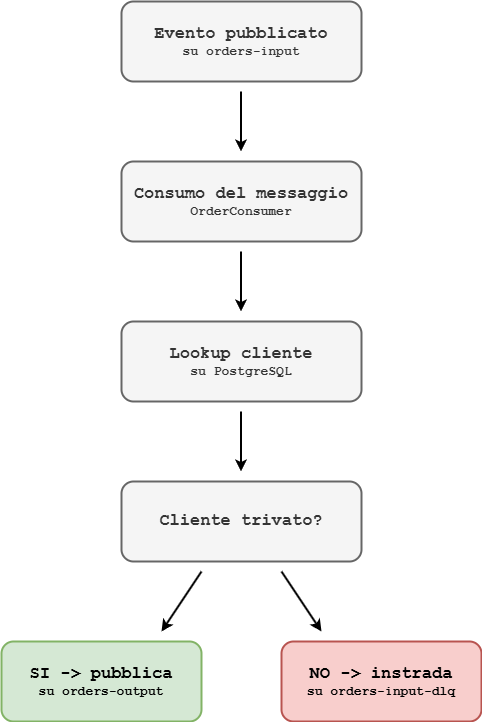
Above: assets/flusso.drawio.png in G4utama/Thesis (draw.io), before the change. Source tidied: cells renumbered, new cells last; positions are measured from the earlier drawing's top-left corner, leaving out a move shared by most shapes. The source it was exported from:
```xml
<mxGraphModel>
  <root>
    <mxCell id="0" />
    <mxCell id="1" parent="0" />
    <mxCell id="2" style="edgeStyle=none;html=1;strokeWidth=2;" parent="1" edge="1">
      <mxGeometry relative="1" as="geometry">
        <mxPoint x="239.5" y="410" as="sourcePoint" />
        <mxPoint x="239.5" y="470" as="targetPoint" />
      </mxGeometry>
    </mxCell>
    <mxCell id="3" value="&lt;font style=&quot;&quot; face=&quot;Courier New&quot;&gt;&lt;b style=&quot;&quot;&gt;&lt;span style=&quot;font-size: 17px;&quot;&gt;Lookup cliente&lt;/span&gt;&lt;br&gt;&lt;font style=&quot;font-size: 13px;&quot;&gt;su PostgreSQL&lt;/font&gt;&lt;/b&gt;&lt;/font&gt;" style="rounded=1;whiteSpace=wrap;html=1;fillColor=#f5f5f5;strokeColor=#666666;strokeWidth=2;fontColor=#333333;" parent="1" vertex="1">
      <mxGeometry x="120" y="320" width="240" height="80" as="geometry" />
    </mxCell>
    <mxCell id="4" style="edgeStyle=none;html=1;strokeWidth=2;" parent="1" edge="1">
      <mxGeometry relative="1" as="geometry">
        <mxPoint x="200" y="570" as="sourcePoint" />
        <mxPoint x="160" y="630" as="targetPoint" />
      </mxGeometry>
    </mxCell>
    <mxCell id="5" value="&lt;font face=&quot;Courier New&quot;&gt;&lt;span style=&quot;font-size: 17px;&quot;&gt;&lt;b&gt;Cliente trivato?&lt;/b&gt;&lt;/span&gt;&lt;/font&gt;" style="rounded=1;whiteSpace=wrap;html=1;fillColor=#f5f5f5;strokeColor=#666666;strokeWidth=2;fontColor=#333333;" parent="1" vertex="1">
      <mxGeometry x="120" y="480" width="240" height="80" as="geometry" />
    </mxCell>
    <mxCell id="6" value="&lt;font face=&quot;Courier New&quot;&gt;&lt;b style=&quot;&quot;&gt;&lt;span style=&quot;font-size: 17px;&quot;&gt;SI -&amp;gt; pubblica&lt;/span&gt;&lt;br&gt;&lt;font style=&quot;font-size: 13px;&quot;&gt;su orders-output&lt;/font&gt;&lt;/b&gt;&lt;/font&gt;" style="rounded=1;whiteSpace=wrap;html=1;fillColor=#d5e8d4;strokeColor=#82b366;strokeWidth=2;" parent="1" vertex="1">
      <mxGeometry y="640" width="200" height="80" as="geometry" />
    </mxCell>
    <mxCell id="7" value="&lt;font style=&quot;&quot; face=&quot;Courier New&quot;&gt;&lt;b style=&quot;&quot;&gt;&lt;span style=&quot;font-size: 17px;&quot;&gt;NO -&amp;gt; instrada&lt;/span&gt;&lt;br&gt;&lt;font style=&quot;font-size: 13px;&quot;&gt;su orders-input-dlq&lt;/font&gt;&lt;/b&gt;&lt;/font&gt;" style="rounded=1;whiteSpace=wrap;html=1;fillColor=#f8cecc;strokeColor=#b85450;strokeWidth=2;" parent="1" vertex="1">
      <mxGeometry x="280" y="640" width="200" height="80" as="geometry" />
    </mxCell>
    <mxCell id="8" style="edgeStyle=none;html=1;strokeWidth=2;" parent="1" edge="1">
      <mxGeometry relative="1" as="geometry">
        <mxPoint x="239.5" y="250" as="sourcePoint" />
        <mxPoint x="239.5" y="310" as="targetPoint" />
      </mxGeometry>
    </mxCell>
    <mxCell id="9" value="&lt;font style=&quot;&quot; face=&quot;Courier New&quot;&gt;&lt;b style=&quot;&quot;&gt;&lt;span style=&quot;font-size: 17px;&quot;&gt;Consumo del messaggio&lt;/span&gt;&lt;br&gt;&lt;font style=&quot;font-size: 13px;&quot;&gt;OrderConsumer&lt;/font&gt;&lt;/b&gt;&lt;/font&gt;" style="rounded=1;whiteSpace=wrap;html=1;fillColor=#f5f5f5;strokeColor=#666666;strokeWidth=2;fontColor=#333333;" parent="1" vertex="1">
      <mxGeometry x="120" y="160" width="240" height="80" as="geometry" />
    </mxCell>
    <mxCell id="10" style="edgeStyle=none;html=1;strokeWidth=2;" parent="1" edge="1">
      <mxGeometry relative="1" as="geometry">
        <mxPoint x="239.5" y="90" as="sourcePoint" />
        <mxPoint x="239.5" y="150" as="targetPoint" />
      </mxGeometry>
    </mxCell>
    <mxCell id="11" value="&lt;font style=&quot;&quot; face=&quot;Courier New&quot;&gt;&lt;b style=&quot;&quot;&gt;&lt;span style=&quot;font-size: 17px;&quot;&gt;Evento pubblicato&lt;/span&gt;&lt;br&gt;&lt;font style=&quot;font-size: 13px;&quot;&gt;su orders-input&lt;/font&gt;&lt;/b&gt;&lt;/font&gt;" style="rounded=1;whiteSpace=wrap;html=1;fillColor=#f5f5f5;strokeColor=#666666;strokeWidth=2;fontColor=#333333;" parent="1" vertex="1">
      <mxGeometry x="120" width="240" height="80" as="geometry" />
    </mxCell>
    <mxCell id="12" style="edgeStyle=none;html=1;strokeWidth=2;" parent="1" edge="1">
      <mxGeometry relative="1" as="geometry">
        <mxPoint x="280" y="570" as="sourcePoint" />
        <mxPoint x="320" y="630" as="targetPoint" />
      </mxGeometry>
    </mxCell>
  </root>
</mxGraphModel>
```
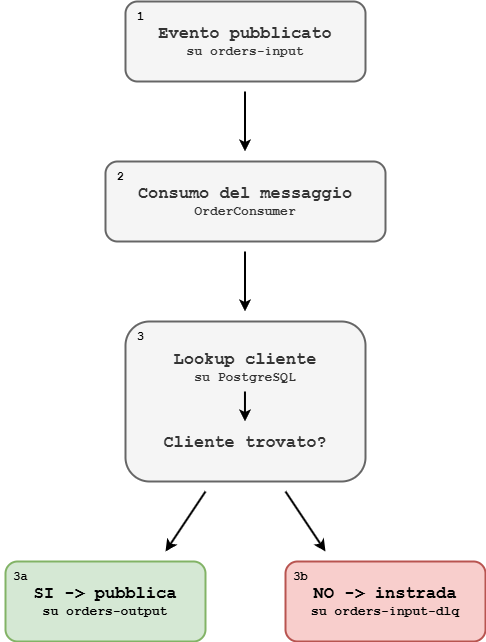
The same diagram one commit later.

Diff of the diagram source:
```diff
@@ -2,29 +2,20 @@
   <root>
     <mxCell id="0" />
     <mxCell id="1" parent="0" />
-    <mxCell id="2" style="edgeStyle=none;html=1;strokeWidth=2;" parent="1" edge="1">
-      <mxGeometry relative="1" as="geometry">
-        <mxPoint x="239.5" y="410" as="sourcePoint" />
-        <mxPoint x="239.5" y="470" as="targetPoint" />
-      </mxGeometry>
-    </mxCell>
-    <mxCell id="3" value="&lt;font style=&quot;&quot; face=&quot;Courier New&quot;&gt;&lt;b style=&quot;&quot;&gt;&lt;span style=&quot;font-size: 17px;&quot;&gt;Lookup cliente&lt;/span&gt;&lt;br&gt;&lt;font style=&quot;font-size: 13px;&quot;&gt;su PostgreSQL&lt;/font&gt;&lt;/b&gt;&lt;/font&gt;" style="rounded=1;whiteSpace=wrap;html=1;fillColor=#f5f5f5;strokeColor=#666666;strokeWidth=2;fontColor=#333333;" parent="1" vertex="1">
-      <mxGeometry x="120" y="320" width="240" height="80" as="geometry" />
+    <mxCell id="3" value="&lt;font style=&quot;&quot; face=&quot;Courier New&quot;&gt;&lt;b style=&quot;&quot;&gt;&lt;span style=&quot;font-size: 17px;&quot;&gt;Lookup cliente&lt;/span&gt;&lt;br&gt;&lt;font style=&quot;font-size: 13px;&quot;&gt;su PostgreSQL&lt;/font&gt;&lt;/b&gt;&lt;/font&gt;&lt;div&gt;&lt;font style=&quot;&quot; face=&quot;Courier New&quot;&gt;&lt;b style=&quot;&quot;&gt;&lt;font style=&quot;font-size: 13px;&quot;&gt;&lt;br&gt;&lt;/font&gt;&lt;/b&gt;&lt;/font&gt;&lt;/div&gt;&lt;div&gt;&lt;font style=&quot;&quot; face=&quot;Courier New&quot;&gt;&lt;b style=&quot;&quot;&gt;&lt;font style=&quot;font-size: 13px;&quot;&gt;&lt;br&gt;&lt;/font&gt;&lt;/b&gt;&lt;/font&gt;&lt;/div&gt;&lt;div&gt;&lt;font style=&quot;&quot; face=&quot;Courier New&quot;&gt;&lt;b style=&quot;&quot;&gt;&lt;font style=&quot;font-size: 13px;&quot;&gt;&lt;br&gt;&lt;/font&gt;&lt;/b&gt;&lt;/font&gt;&lt;/div&gt;&lt;div&gt;&lt;font style=&quot;&quot; face=&quot;Courier New&quot;&gt;&lt;b style=&quot;&quot;&gt;&lt;font style=&quot;font-size: 17px;&quot;&gt;Cliente trovato?&lt;/font&gt;&lt;/b&gt;&lt;/font&gt;&lt;/div&gt;" style="rounded=1;whiteSpace=wrap;html=1;fillColor=#f5f5f5;strokeColor=#666666;strokeWidth=2;fontColor=#333333;" parent="1" vertex="1">
+      <mxGeometry x="120" y="320" width="240" height="160" as="geometry" />
     </mxCell>
     <mxCell id="4" style="edgeStyle=none;html=1;strokeWidth=2;" parent="1" edge="1">
       <mxGeometry relative="1" as="geometry">
-        <mxPoint x="200" y="570" as="sourcePoint" />
-        <mxPoint x="160" y="630" as="targetPoint" />
+        <mxPoint x="200" y="490" as="sourcePoint" />
+        <mxPoint x="160" y="550" as="targetPoint" />
       </mxGeometry>
     </mxCell>
-    <mxCell id="5" value="&lt;font face=&quot;Courier New&quot;&gt;&lt;span style=&quot;font-size: 17px;&quot;&gt;&lt;b&gt;Cliente trivato?&lt;/b&gt;&lt;/span&gt;&lt;/font&gt;" style="rounded=1;whiteSpace=wrap;html=1;fillColor=#f5f5f5;strokeColor=#666666;strokeWidth=2;fontColor=#333333;" parent="1" vertex="1">
-      <mxGeometry x="120" y="480" width="240" height="80" as="geometry" />
-    </mxCell>
     <mxCell id="6" value="&lt;font face=&quot;Courier New&quot;&gt;&lt;b style=&quot;&quot;&gt;&lt;span style=&quot;font-size: 17px;&quot;&gt;SI -&amp;gt; pubblica&lt;/span&gt;&lt;br&gt;&lt;font style=&quot;font-size: 13px;&quot;&gt;su orders-output&lt;/font&gt;&lt;/b&gt;&lt;/font&gt;" style="rounded=1;whiteSpace=wrap;html=1;fillColor=#d5e8d4;strokeColor=#82b366;strokeWidth=2;" parent="1" vertex="1">
-      <mxGeometry y="640" width="200" height="80" as="geometry" />
+      <mxGeometry y="560" width="200" height="80" as="geometry" />
     </mxCell>
     <mxCell id="7" value="&lt;font style=&quot;&quot; face=&quot;Courier New&quot;&gt;&lt;b style=&quot;&quot;&gt;&lt;span style=&quot;font-size: 17px;&quot;&gt;NO -&amp;gt; instrada&lt;/span&gt;&lt;br&gt;&lt;font style=&quot;font-size: 13px;&quot;&gt;su orders-input-dlq&lt;/font&gt;&lt;/b&gt;&lt;/font&gt;" style="rounded=1;whiteSpace=wrap;html=1;fillColor=#f8cecc;strokeColor=#b85450;strokeWidth=2;" parent="1" vertex="1">
-      <mxGeometry x="280" y="640" width="200" height="80" as="geometry" />
+      <mxGeometry x="280" y="560" width="200" height="80" as="geometry" />
     </mxCell>
     <mxCell id="8" style="edgeStyle=none;html=1;strokeWidth=2;" parent="1" edge="1">
       <mxGeometry relative="1" as="geometry">
@@ -33,7 +24,7 @@
       </mxGeometry>
     </mxCell>
     <mxCell id="9" value="&lt;font style=&quot;&quot; face=&quot;Courier New&quot;&gt;&lt;b style=&quot;&quot;&gt;&lt;span style=&quot;font-size: 17px;&quot;&gt;Consumo del messaggio&lt;/span&gt;&lt;br&gt;&lt;font style=&quot;font-size: 13px;&quot;&gt;OrderConsumer&lt;/font&gt;&lt;/b&gt;&lt;/font&gt;" style="rounded=1;whiteSpace=wrap;html=1;fillColor=#f5f5f5;strokeColor=#666666;strokeWidth=2;fontColor=#333333;" parent="1" vertex="1">
-      <mxGeometry x="120" y="160" width="240" height="80" as="geometry" />
+      <mxGeometry x="100" y="160" width="280" height="80" as="geometry" />
     </mxCell>
     <mxCell id="10" style="edgeStyle=none;html=1;strokeWidth=2;" parent="1" edge="1">
       <mxGeometry relative="1" as="geometry">
@@ -46,9 +37,30 @@
     </mxCell>
     <mxCell id="12" style="edgeStyle=none;html=1;strokeWidth=2;" parent="1" edge="1">
       <mxGeometry relative="1" as="geometry">
-        <mxPoint x="280" y="570" as="sourcePoint" />
-        <mxPoint x="320" y="630" as="targetPoint" />
+        <mxPoint x="280" y="490" as="sourcePoint" />
+        <mxPoint x="320" y="550" as="targetPoint" />
       </mxGeometry>
     </mxCell>
+    <mxCell id="13" value="&lt;font face=&quot;Courier New&quot;&gt;1&lt;/font&gt;" style="text;html=1;align=center;verticalAlign=middle;strokeColor=none;fillColor=none;strokeWidth=1;fontStyle=1;" parent="1" vertex="1">
+      <mxGeometry x="120" width="30" height="30" as="geometry" />
+    </mxCell>
+    <mxCell id="2" style="edgeStyle=none;html=1;strokeWidth=2;" parent="1" edge="1">
+      <mxGeometry relative="1" as="geometry">
+        <mxPoint x="239.5" y="390" as="sourcePoint" />
+        <mxPoint x="239.5" y="420" as="targetPoint" />
+      </mxGeometry>
+    </mxCell>
+    <mxCell id="14" value="&lt;font face=&quot;Courier New&quot;&gt;2&lt;/font&gt;" style="text;html=1;align=center;verticalAlign=middle;strokeColor=none;fillColor=none;strokeWidth=1;fontStyle=1;" parent="1" vertex="1">
+      <mxGeometry x="100" y="160" width="30" height="30" as="geometry" />
+    </mxCell>
+    <mxCell id="15" value="&lt;font face=&quot;Courier New&quot;&gt;3&lt;/font&gt;" style="text;html=1;align=center;verticalAlign=middle;strokeColor=none;fillColor=none;strokeWidth=1;fontStyle=1;" parent="1" vertex="1">
+      <mxGeometry x="120" y="320" width="30" height="30" as="geometry" />
+    </mxCell>
+    <mxCell id="16" value="&lt;font face=&quot;Courier New&quot;&gt;3a&lt;/font&gt;" style="text;html=1;align=center;verticalAlign=middle;strokeColor=none;fillColor=none;strokeWidth=1;fontStyle=1;" parent="1" vertex="1">
+      <mxGeometry x="-5" y="560" width="40" height="30" as="geometry" />
+    </mxCell>
+    <mxCell id="17" value="&lt;font face=&quot;Courier New&quot;&gt;3b&lt;/font&gt;" style="text;html=1;align=center;verticalAlign=middle;strokeColor=none;fillColor=none;strokeWidth=1;fontStyle=1;" parent="1" vertex="1">
+      <mxGeometry x="275" y="560" width="40" height="30" as="geometry" />
+    </mxCell>
   </root>
 </mxGraphModel>
```
